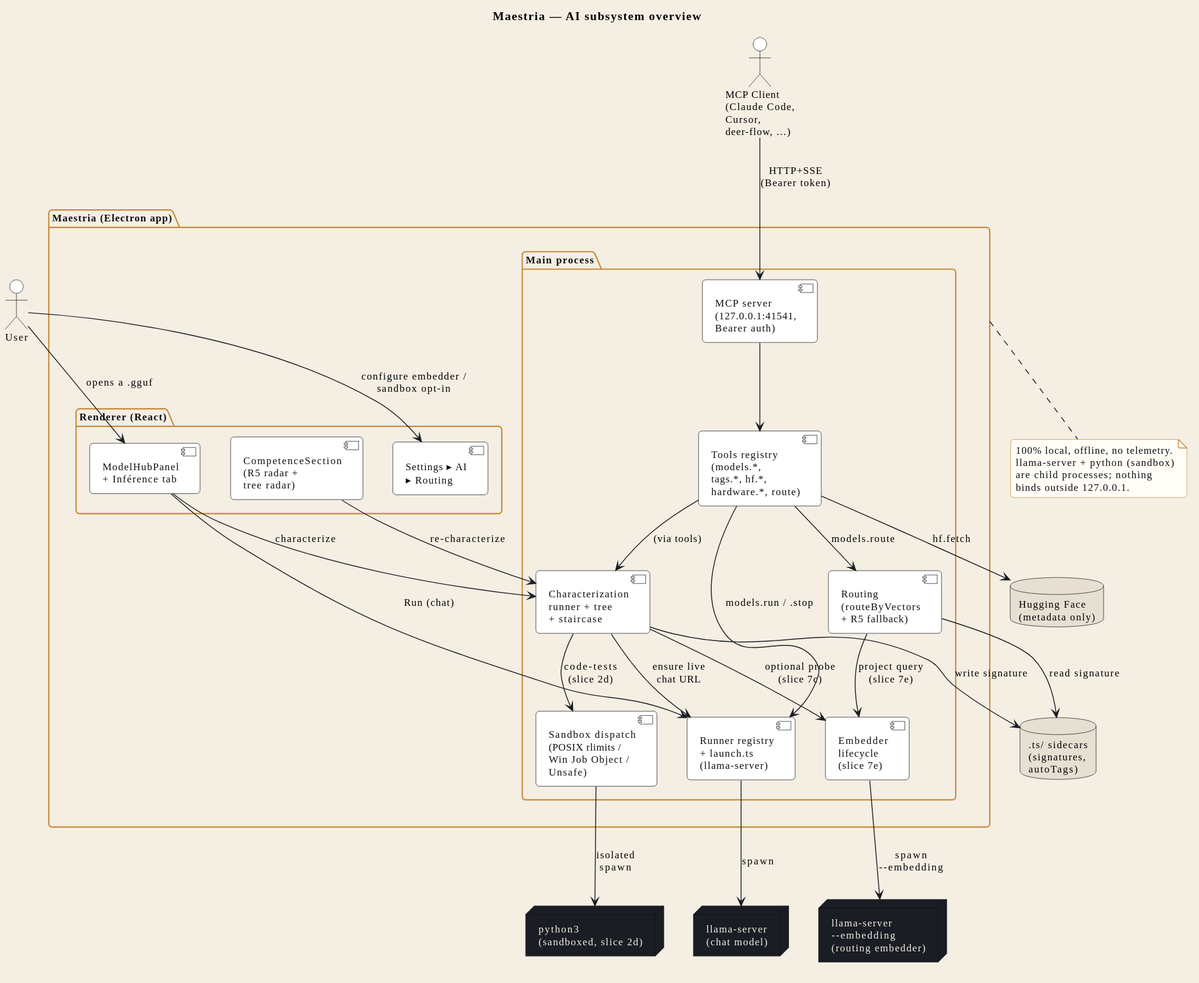
The PlantUML diagram docs/en/svg/system-overview.svg in Syphys/maestria, before a commit.
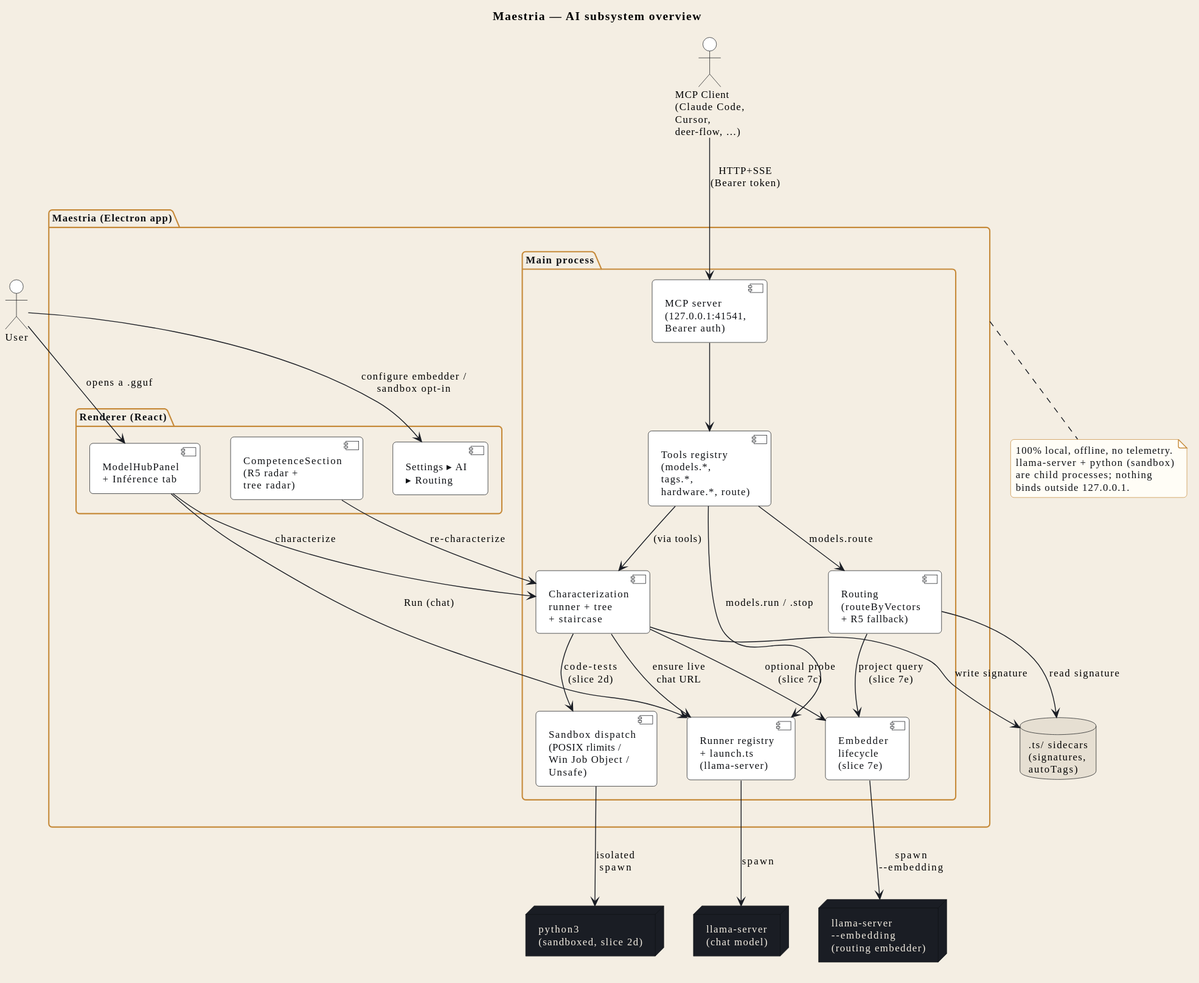
Above is the later version.

What changed in the source:
```diff
@@ -2,54 +2,53 @@
 !include _includes/style.iuml
 !include _includes/actors.iuml
 
-title Maestria — AI subsystem overview
+title STR_SYSOV_TITLE
 
-package "Maestria (Electron app)" as MAESTRIA {
+package "STR_SYSOV_MAESTRIA_PKG" as MAESTRIA {
   package "Renderer (React)" {
-    component "ModelHubPanel\n+ Inférence tab" as UI_PANEL
-    component "CompetenceSection\n(R5 radar +\ntree radar)" as UI_RADAR
-    component "Settings ▸ AI\n▸ Routing" as UI_SETTINGS
+    component "STR_SYSOV_UI_PANEL" as UI_PANEL
+    component "STR_SYSOV_UI_RADAR" as UI_RADAR
+    component "STR_SYSOV_UI_SETTINGS" as UI_SETTINGS
   }
-  package "Main process" {
-    component "MCP server\n(127.0.0.1:41541,\nBearer auth)" as MCP_SERVER
-    component "Tools registry\n(models.*,\ntags.*, hf.*,\nhardware.*, route)" as REGISTRY
-    component "Routing\n(routeByVectors\n+ R5 fallback)" as ROUTING
-    component "Characterization\nrunner + tree\n+ staircase" as CHARACT
-    component "Sandbox dispatch\n(POSIX rlimits /\nWin Job Object /\nUnsafe)" as SANDBOX
-    component "Embedder\nlifecycle\n(slice 7e)" as EMBED_LC
-    component "Runner registry\n+ launch.ts\n(llama-server)" as RUNNERS
+  package "STR_SYSOV_MAIN_PKG" {
+    component "STR_SYSOV_MCP_SERVER" as MCP_SERVER
+    component "STR_SYSOV_REGISTRY" as REGISTRY
+    component "STR_SYSOV_ROUTING" as ROUTING
+    component "STR_SYSOV_CHARACT" as CHARACT
+    component "STR_SYSOV_SANDBOX" as SANDBOX
+    component "STR_SYSOV_EMBED_LC" as EMBED_LC
+    component "STR_SYSOV_RUNNERS" as RUNNERS
   }
 }
 
-USER --> UI_PANEL : opens a .gguf
-USER --> UI_SETTINGS : configure embedder /\nsandbox opt-in
-UI_PANEL --> CHARACT : characterize
+USER --> UI_PANEL : STR_SYSOV_REL_OPEN_GGUF
+USER --> UI_SETTINGS : STR_SYSOV_REL_USER_SETTINGS
+UI_PANEL --> CHARACT : STR_SYSOV_REL_CHARACTERIZE
 UI_PANEL --> RUNNERS : Run (chat)
-UI_RADAR --> CHARACT : re-characterize
+UI_RADAR --> CHARACT : STR_SYSOV_REL_RECHAR
 
 MCP_CLIENT --> MCP_SERVER : HTTP+SSE\n(Bearer token)
 MCP_SERVER --> REGISTRY
 REGISTRY --> ROUTING : models.route
-REGISTRY --> CHARACT : (via tools)
+REGISTRY --> CHARACT : STR_SYSOV_REL_VIA_TOOLS
 REGISTRY --> RUNNERS : models.run / .stop
 
-CHARACT --> RUNNERS : ensure live\nchat URL
-CHARACT --> EMBED_LC : optional probe\n(slice 7c)
-CHARACT --> SANDBOX : code-tests\n(slice 2d)
-ROUTING --> EMBED_LC : project query\n(slice 7e)
+CHARACT --> RUNNERS : STR_SYSOV_REL_ENSURE_CHAT
+CHARACT --> EMBED_LC : STR_SYSOV_REL_OPT_PROBE
+CHARACT --> SANDBOX : STR_SYSOV_REL_CODE_TESTS
+ROUTING --> EMBED_LC : STR_SYSOV_REL_PROJ_QUERY
 
 RUNNERS --> LLAMA_CHAT : spawn
 EMBED_LC --> LLAMA_EMBED : spawn\n--embedding
-SANDBOX --> PYTHON_SANDBOX : isolated\nspawn
+SANDBOX --> PYTHON_SANDBOX : STR_SYSOV_REL_ISOLATED_SPAWN
 
-CHARACT --> SIDECARS : write signature
-ROUTING --> SIDECARS : read signature
-REGISTRY --> HF : hf.fetch
+CHARACT --> SIDECARS : STR_SYSOV_REL_WRITE_SIG
+ROUTING --> SIDECARS : STR_SYSOV_REL_READ_SIG
 
 note bottom of MAESTRIA
-  100% local, offline, no telemetry.
-  llama-server + python (sandbox)
-  are child processes; nothing
-  binds outside 127.0.0.1.
+  STR_SYSOV_NOTE_L1
+  STR_SYSOV_NOTE_L2
+  STR_SYSOV_NOTE_L3
+  STR_SYSOV_NOTE_L4
 end note
 @enduml
```
